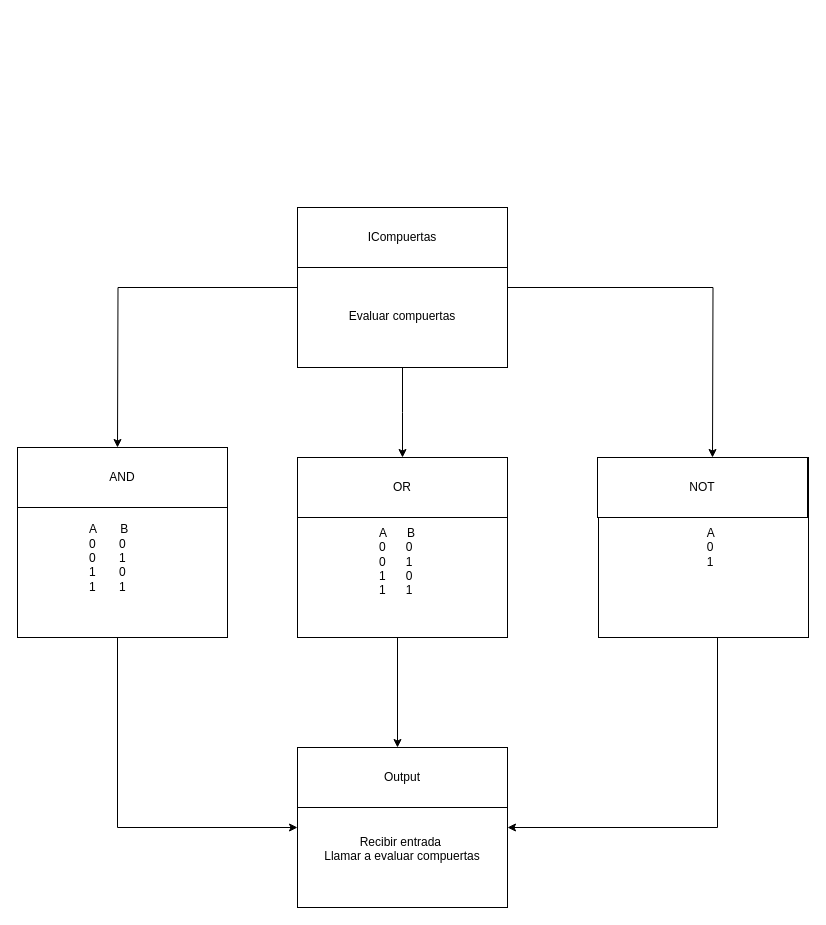
Christian-Curbelo-004/Ejercicios-CompuertasLogicas keeps this draw.io diagram as UML-Compuertas/Diagrama de compuertas logicas (falta pulirlo).drawio. Above is the earlier version. Source tidied: cells renumbered, new cells numbered last; positions are measured from the earlier drawing's top-left corner, leaving out a move shared by most shapes. Both pictures are drawn from the tidied source at 100%, with x=0, y=0 at pixel (17, 207).
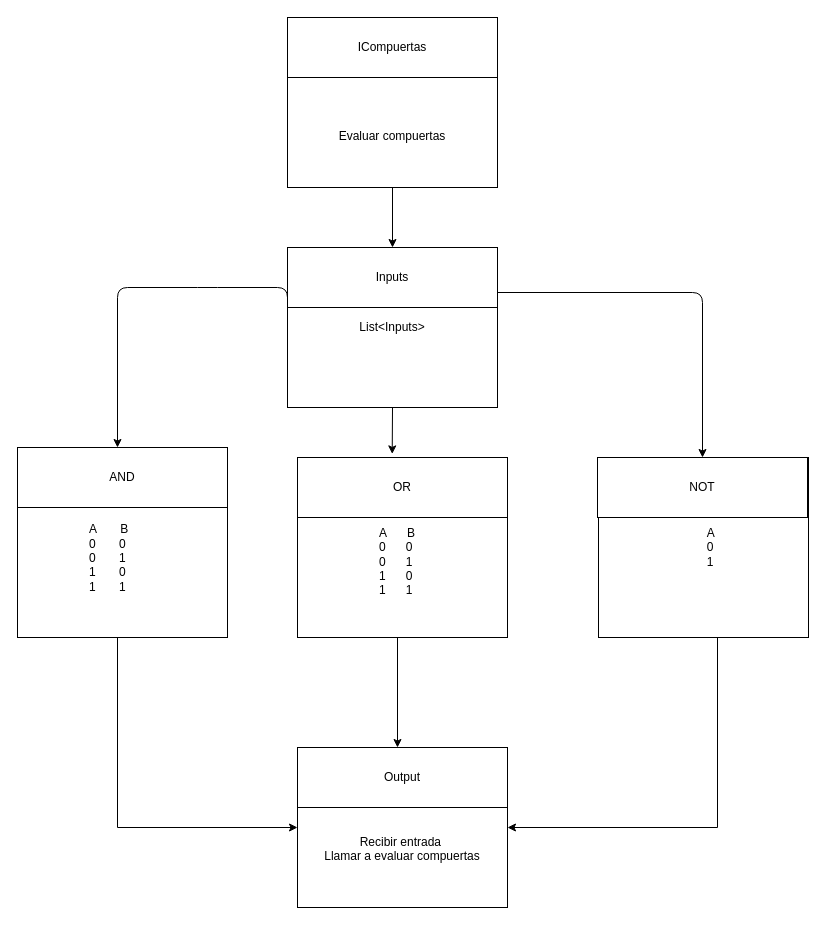
After the change.

Commit message:
Subiendo arreglo de entradas de compuertas

The change refers to these unchanged cells:
```xml
<mxCell id="12" value="OR" style="rounded=0;whiteSpace=wrap;html=1;" parent="1" vertex="1">
  <mxGeometry x="280" y="250" width="210" height="60" as="geometry" />
</mxCell>
<mxCell id="15" value="NOT" style="rounded=0;whiteSpace=wrap;html=1;" parent="1" vertex="1">
  <mxGeometry x="580" y="250" width="210" height="60" as="geometry" />
</mxCell>
```

What changed in the source:
```diff
@@
-    <mxCell id="2" style="edgeStyle=orthogonalEdgeStyle;rounded=0;jettySize=auto;html=1;exitX=0;exitY=0.5;exitDx=0;exitDy=0;" parent="1" edge="1" source="5">
-      <mxGeometry relative="1" as="geometry">
-        <mxPoint x="100" y="240" as="targetPoint" />
-      </mxGeometry>
-    </mxCell>
-    <mxCell id="3" style="edgeStyle=orthogonalEdgeStyle;rounded=0;jettySize=auto;html=1;exitX=1;exitY=0.5;exitDx=0;exitDy=0;" parent="1" edge="1" source="5">
-      <mxGeometry relative="1" as="geometry">
-        <mxPoint x="695" y="250" as="targetPoint" />
-      </mxGeometry>
-    </mxCell>
-    <mxCell id="4" style="edgeStyle=orthogonalEdgeStyle;rounded=0;jettySize=auto;html=1;exitX=0.5;exitY=1;exitDx=0;exitDy=0;" parent="1" edge="1" source="5">
-      <mxGeometry relative="1" as="geometry">
-        <mxPoint x="385" y="250" as="targetPoint" />
-      </mxGeometry>
-    </mxCell>
+    <mxCell id="19" style="edgeStyle=none;html=1;exitX=0.5;exitY=1;exitDx=0;exitDy=0;" parent="1" edge="1" source="5" target="20">
+      <mxGeometry relative="1" as="geometry" />
+    </mxCell>
     <mxCell id="5" value="&lt;div&gt;&lt;br&gt;&lt;/div&gt;&lt;div&gt;&lt;br&gt;&lt;/div&gt;&lt;div&gt;&lt;br&gt;&lt;/div&gt;&lt;div&gt;&lt;br&gt;&lt;/div&gt;&lt;div&gt;&lt;br&gt;&lt;/div&gt;Evaluar compuertas&lt;div&gt;&lt;br&gt;&lt;/div&gt;" style="rounded=0;whiteSpace=wrap;html=1;" parent="1" vertex="1">
-      <mxGeometry x="280" width="210" height="160" as="geometry" />
+      <mxGeometry x="270" y="-180" width="210" height="160" as="geometry" />
     </mxCell>
     <mxCell id="6" value="ICompuertas" style="rounded=0;whiteSpace=wrap;html=1;" parent="1" vertex="1">
-      <mxGeometry x="280" width="210" height="60" as="geometry" />
+      <mxGeometry x="270" y="-190" width="210" height="60" as="geometry" />
     </mxCell>
@@
+    <mxCell id="20" value="&lt;div&gt;List&amp;lt;Inputs&amp;gt;&lt;/div&gt;" style="rounded=0;whiteSpace=wrap;html=1;" parent="1" vertex="1">
+      <mxGeometry x="270" y="40" width="210" height="160" as="geometry" />
+    </mxCell>
+    <mxCell id="21" style="edgeStyle=none;html=1;exitX=0;exitY=1;exitDx=0;exitDy=0;" parent="1" edge="1" source="23">
+      <mxGeometry relative="1" as="geometry">
+        <mxPoint x="100" y="240" as="targetPoint" />
+        <Array as="points">
+          <mxPoint x="270" y="80" />
+          <mxPoint x="190" y="80" />
+          <mxPoint x="100" y="80" />
+        </Array>
+      </mxGeometry>
+    </mxCell>
+    <mxCell id="22" style="edgeStyle=none;html=1;exitX=1;exitY=0.75;exitDx=0;exitDy=0;entryX=0.5;entryY=0;entryDx=0;entryDy=0;" parent="1" edge="1" source="23" target="15">
+      <mxGeometry relative="1" as="geometry">
+        <Array as="points">
+          <mxPoint x="685" y="85" />
+        </Array>
+      </mxGeometry>
+    </mxCell>
+    <mxCell id="23" value="Inputs" style="rounded=0;whiteSpace=wrap;html=1;" parent="1" vertex="1">
+      <mxGeometry x="270" y="40" width="210" height="60" as="geometry" />
+    </mxCell>
+    <mxCell id="24" style="edgeStyle=none;html=1;exitX=0.5;exitY=1;exitDx=0;exitDy=0;entryX=0.451;entryY=-0.06;entryDx=0;entryDy=0;entryPerimeter=0;" parent="1" edge="1" source="20" target="12">
+      <mxGeometry relative="1" as="geometry" />
+    </mxCell>
```
